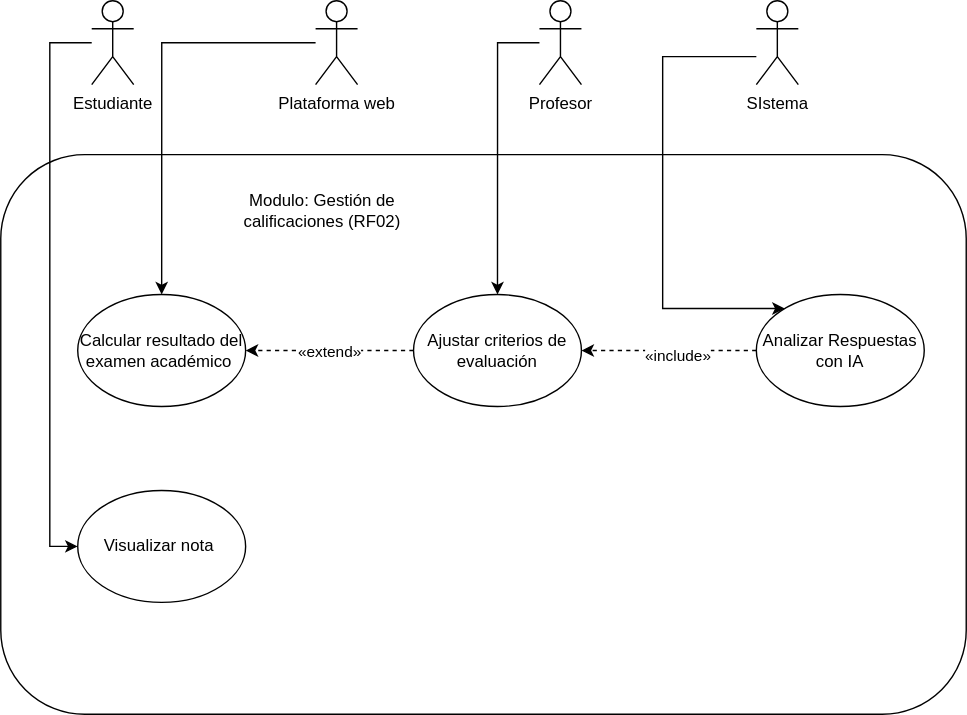
This is docs/diagrams/usecases/UCD-gestionDeCalificaciones.svg from Juanb7737/calificia, a draw.io export, as it was before one commit. Source tidied: cells renumbered, new cells last; positions are measured from the earlier drawing's top-left corner, leaving out a move shared by most shapes. The source it was exported from:
```xml
<mxGraphModel>
  <root>
    <mxCell id="0" />
    <mxCell id="1" parent="0" />
    <mxCell id="2" style="rounded=1;whiteSpace=wrap;html=1;" parent="1" vertex="1">
      <mxGeometry y="110" width="690" height="400" as="geometry" />
    </mxCell>
    <mxCell id="3" value="Calcular resultado del examen académico&amp;nbsp;" style="ellipse;whiteSpace=wrap;html=1;" parent="1" vertex="1">
      <mxGeometry x="55" y="210" width="120" height="80" as="geometry" />
    </mxCell>
    <mxCell id="4" style="edgeStyle=orthogonalEdgeStyle;rounded=0;jettySize=auto;html=1;entryX=1;entryY=0.5;entryDx=0;entryDy=0;dashed=1;" parent="1" edge="1" source="6" target="9">
      <mxGeometry relative="1" as="geometry" />
    </mxCell>
    <mxCell id="5" value="«include»" style="edgeLabel;html=1;align=center;verticalAlign=middle;" parent="4" vertex="1">
      <mxGeometry x="-0.08" y="3" relative="1" as="geometry">
        <mxPoint x="1" as="offset" />
      </mxGeometry>
    </mxCell>
    <mxCell id="6" value="Analizar Respuestas con IA" style="ellipse;whiteSpace=wrap;html=1;" parent="1" vertex="1">
      <mxGeometry x="540" y="210" width="120" height="80" as="geometry" />
    </mxCell>
    <mxCell id="7" style="edgeStyle=orthogonalEdgeStyle;rounded=0;jettySize=auto;html=1;entryX=1;entryY=0.5;entryDx=0;entryDy=0;dashed=1;" parent="1" edge="1" source="9" target="3">
      <mxGeometry relative="1" as="geometry" />
    </mxCell>
    <mxCell id="8" value="«extend»" style="edgeLabel;html=1;align=center;verticalAlign=middle;" parent="7" vertex="1">
      <mxGeometry x="-0.29" y="-1" relative="1" as="geometry">
        <mxPoint x="-17" y="1" as="offset" />
      </mxGeometry>
    </mxCell>
    <mxCell id="9" value="Ajustar criterios de evaluación" style="ellipse;whiteSpace=wrap;html=1;" parent="1" vertex="1">
      <mxGeometry x="295" y="210" width="120" height="80" as="geometry" />
    </mxCell>
    <mxCell id="10" value="Visualizar nota&amp;nbsp;" style="ellipse;whiteSpace=wrap;html=1;" parent="1" vertex="1">
      <mxGeometry x="55" y="350" width="120" height="80" as="geometry" />
    </mxCell>
    <mxCell id="11" style="edgeStyle=orthogonalEdgeStyle;rounded=0;jettySize=auto;html=1;entryX=0;entryY=0.5;entryDx=0;entryDy=0;" parent="1" edge="1" source="12" target="10">
      <mxGeometry relative="1" as="geometry">
        <Array as="points">
          <mxPoint x="35" y="30" />
          <mxPoint x="35" y="390" />
        </Array>
      </mxGeometry>
    </mxCell>
    <mxCell id="12" value="Estudiante" style="shape=umlActor;verticalLabelPosition=bottom;verticalAlign=top;html=1;outlineConnect=0;" parent="1" vertex="1">
      <mxGeometry x="65" width="30" height="60" as="geometry" />
    </mxCell>
    <mxCell id="13" style="edgeStyle=orthogonalEdgeStyle;rounded=0;jettySize=auto;html=1;entryX=0.5;entryY=0;entryDx=0;entryDy=0;" parent="1" edge="1" source="14" target="9">
      <mxGeometry relative="1" as="geometry">
        <Array as="points">
          <mxPoint x="355" y="30" />
        </Array>
      </mxGeometry>
    </mxCell>
    <mxCell id="14" value="Profesor" style="shape=umlActor;verticalLabelPosition=bottom;verticalAlign=top;html=1;outlineConnect=0;" parent="1" vertex="1">
      <mxGeometry x="385" width="30" height="60" as="geometry" />
    </mxCell>
    <mxCell id="15" value="SIstema" style="shape=umlActor;verticalLabelPosition=bottom;verticalAlign=top;html=1;outlineConnect=0;" parent="1" vertex="1">
      <mxGeometry x="540" width="30" height="60" as="geometry" />
    </mxCell>
    <mxCell id="16" style="edgeStyle=orthogonalEdgeStyle;rounded=0;jettySize=auto;html=1;" parent="1" edge="1" source="15" target="6">
      <mxGeometry relative="1" as="geometry">
        <Array as="points">
          <mxPoint x="473" y="40" />
          <mxPoint x="473" y="220" />
        </Array>
      </mxGeometry>
    </mxCell>
    <mxCell id="17" value="Plataforma web" style="shape=umlActor;verticalLabelPosition=bottom;verticalAlign=top;html=1;outlineConnect=0;" parent="1" vertex="1">
      <mxGeometry x="225" width="30" height="60" as="geometry" />
    </mxCell>
    <mxCell id="18" style="edgeStyle=orthogonalEdgeStyle;rounded=0;jettySize=auto;html=1;entryX=0.5;entryY=0;entryDx=0;entryDy=0;" parent="1" edge="1" source="17" target="3">
      <mxGeometry relative="1" as="geometry">
        <Array as="points">
          <mxPoint x="115" y="30" />
        </Array>
      </mxGeometry>
    </mxCell>
    <mxCell id="19" value="Modulo: Gestión de calificaciones (RF02)" style="text;html=1;align=center;verticalAlign=middle;whiteSpace=wrap;rounded=0;" parent="1" vertex="1">
      <mxGeometry x="145" y="120" width="170" height="60" as="geometry" />
    </mxCell>
  </root>
</mxGraphModel>
```
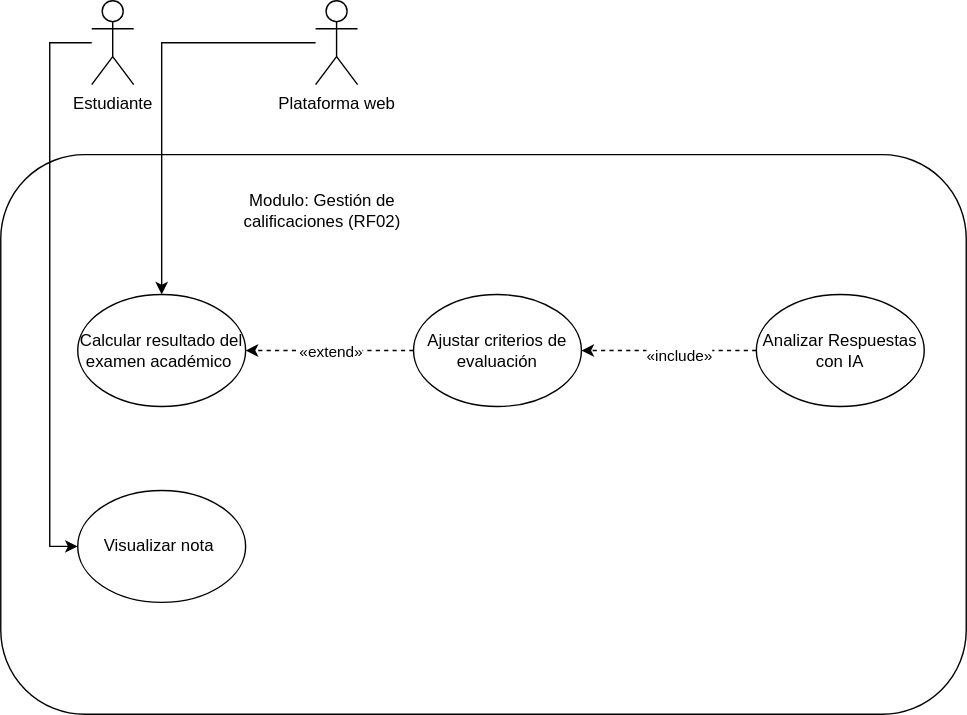
After the commit.

Change to the diagram source:
```diff
@@ -44,27 +44,6 @@
     <mxCell id="12" value="Estudiante" style="shape=umlActor;verticalLabelPosition=bottom;verticalAlign=top;html=1;outlineConnect=0;" parent="1" vertex="1">
       <mxGeometry x="65" width="30" height="60" as="geometry" />
     </mxCell>
-    <mxCell id="13" style="edgeStyle=orthogonalEdgeStyle;rounded=0;jettySize=auto;html=1;entryX=0.5;entryY=0;entryDx=0;entryDy=0;" parent="1" edge="1" source="14" target="9">
-      <mxGeometry relative="1" as="geometry">
-        <Array as="points">
-          <mxPoint x="355" y="30" />
-        </Array>
-      </mxGeometry>
-    </mxCell>
-    <mxCell id="14" value="Profesor" style="shape=umlActor;verticalLabelPosition=bottom;verticalAlign=top;html=1;outlineConnect=0;" parent="1" vertex="1">
-      <mxGeometry x="385" width="30" height="60" as="geometry" />
-    </mxCell>
-    <mxCell id="15" value="SIstema" style="shape=umlActor;verticalLabelPosition=bottom;verticalAlign=top;html=1;outlineConnect=0;" parent="1" vertex="1">
-      <mxGeometry x="540" width="30" height="60" as="geometry" />
-    </mxCell>
-    <mxCell id="16" style="edgeStyle=orthogonalEdgeStyle;rounded=0;jettySize=auto;html=1;" parent="1" edge="1" source="15" target="6">
-      <mxGeometry relative="1" as="geometry">
-        <Array as="points">
-          <mxPoint x="473" y="40" />
-          <mxPoint x="473" y="220" />
-        </Array>
-      </mxGeometry>
-    </mxCell>
     <mxCell id="17" value="Plataforma web" style="shape=umlActor;verticalLabelPosition=bottom;verticalAlign=top;html=1;outlineConnect=0;" parent="1" vertex="1">
       <mxGeometry x="225" width="30" height="60" as="geometry" />
     </mxCell>
```
